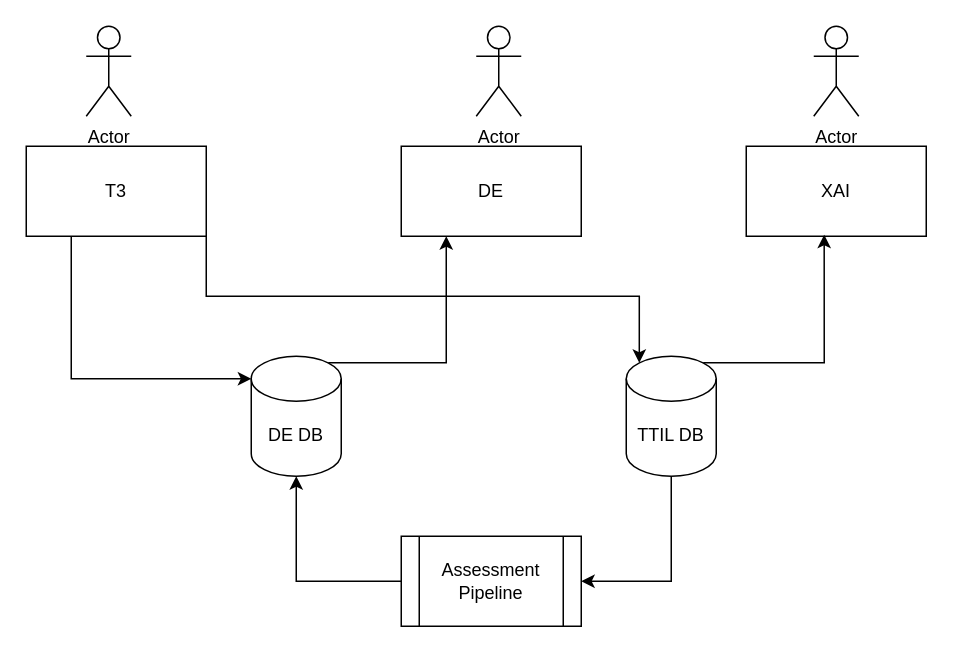
Earlier version of the draw.io diagram 1. Service Level Objectives/Resources/HomeLoansSystem.drawio (sd-tang/SRE-StarterPack). Source tidied: cells renumbered, new cells numbered last; positions are measured from the earlier drawing's top-left corner, leaving out a move shared by most shapes. Both pictures are drawn from the tidied source at 150%, with x=0, y=0 at pixel (26, 26).
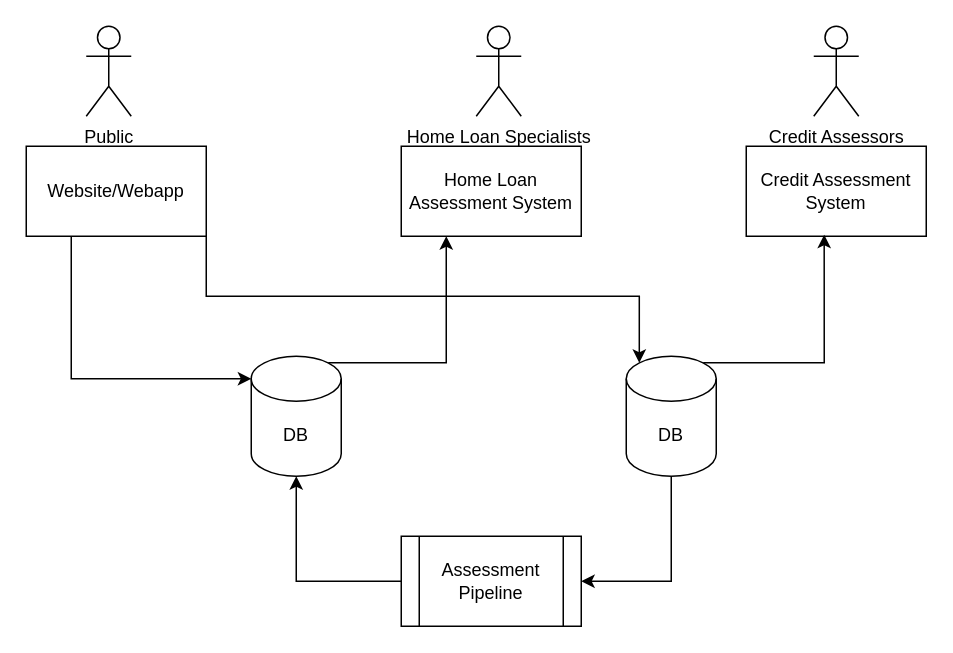
The same diagram, later.

Commit message (it also covers changes not shown here):
neutralise drawings

What changed in the source:
```diff
@@
 <mxGraphModel>
   <root>
     <mxCell id="0" />
     <mxCell id="1" parent="0" />
     <mxCell id="2" style="edgeStyle=orthogonalEdgeStyle;rounded=0;jettySize=auto;html=1;exitX=1;exitY=1;exitDx=0;exitDy=0;entryX=0.145;entryY=0;entryDx=0;entryDy=4.35;entryPerimeter=0;" parent="1" edge="1" source="4" target="11">
       <mxGeometry relative="1" as="geometry" />
     </mxCell>
     <mxCell id="3" style="edgeStyle=orthogonalEdgeStyle;rounded=0;jettySize=auto;html=1;exitX=0.25;exitY=1;exitDx=0;exitDy=0;entryX=0;entryY=0;entryDx=0;entryDy=15;entryPerimeter=0;" parent="1" edge="1" source="4" target="8">
       <mxGeometry relative="1" as="geometry" />
     </mxCell>
-    <mxCell id="4" value="T3" style="rounded=0;whiteSpace=wrap;html=1;" parent="1" vertex="1">
+    <mxCell id="4" value="Website/Webapp" style="rounded=0;whiteSpace=wrap;html=1;" parent="1" vertex="1">
       <mxGeometry y="80" width="120" height="60" as="geometry" />
     </mxCell>
-    <mxCell id="5" value="XAI" style="rounded=0;whiteSpace=wrap;html=1;" parent="1" vertex="1">
+    <mxCell id="5" value="Credit Assessment System" style="rounded=0;whiteSpace=wrap;html=1;" parent="1" vertex="1">
       <mxGeometry x="480" y="80" width="120" height="60" as="geometry" />
     </mxCell>
-    <mxCell id="6" value="DE" style="rounded=0;whiteSpace=wrap;html=1;" parent="1" vertex="1">
+    <mxCell id="6" value="Home Loan Assessment System" style="rounded=0;whiteSpace=wrap;html=1;" parent="1" vertex="1">
       <mxGeometry x="250" y="80" width="120" height="60" as="geometry" />
     </mxCell>
     <mxCell id="7" style="edgeStyle=orthogonalEdgeStyle;rounded=0;jettySize=auto;html=1;exitX=0.855;exitY=0;exitDx=0;exitDy=4.35;exitPerimeter=0;entryX=0.25;entryY=1;entryDx=0;entryDy=0;" parent="1" edge="1" source="8" target="6">
       <mxGeometry relative="1" as="geometry" />
     </mxCell>
-    <mxCell id="8" value="DE DB" style="shape=cylinder3;whiteSpace=wrap;html=1;boundedLbl=1;backgroundOutline=1;size=15;" parent="1" vertex="1">
+    <mxCell id="8" value="DB" style="shape=cylinder3;whiteSpace=wrap;html=1;boundedLbl=1;backgroundOutline=1;size=15;" parent="1" vertex="1">
       <mxGeometry x="150" y="220" width="60" height="80" as="geometry" />
     </mxCell>
     <mxCell id="9" style="edgeStyle=orthogonalEdgeStyle;rounded=0;jettySize=auto;html=1;exitX=0.855;exitY=0;exitDx=0;exitDy=4.35;exitPerimeter=0;entryX=0.433;entryY=0.983;entryDx=0;entryDy=0;entryPerimeter=0;" parent="1" edge="1" source="11" target="5">
       <mxGeometry relative="1" as="geometry" />
     </mxCell>
     <mxCell id="10" style="edgeStyle=orthogonalEdgeStyle;rounded=0;jettySize=auto;html=1;exitX=0.5;exitY=1;exitDx=0;exitDy=0;exitPerimeter=0;entryX=1;entryY=0.5;entryDx=0;entryDy=0;" parent="1" edge="1" source="11" target="13">
       <mxGeometry relative="1" as="geometry" />
     </mxCell>
-    <mxCell id="11" value="TTIL DB" style="shape=cylinder3;whiteSpace=wrap;html=1;boundedLbl=1;backgroundOutline=1;size=15;" parent="1" vertex="1">
+    <mxCell id="11" value="DB" style="shape=cylinder3;whiteSpace=wrap;html=1;boundedLbl=1;backgroundOutline=1;size=15;" parent="1" vertex="1">
       <mxGeometry x="400" y="220" width="60" height="80" as="geometry" />
     </mxCell>
     <mxCell id="12" style="edgeStyle=orthogonalEdgeStyle;rounded=0;jettySize=auto;html=1;exitX=0;exitY=0.5;exitDx=0;exitDy=0;entryX=0.5;entryY=1;entryDx=0;entryDy=0;entryPerimeter=0;" parent="1" edge="1" source="13" target="8">
       <mxGeometry relative="1" as="geometry" />
     </mxCell>
     <mxCell id="13" value="Assessment Pipeline" style="shape=process;whiteSpace=wrap;html=1;backgroundOutline=1;" parent="1" vertex="1">
       <mxGeometry x="250" y="340" width="120" height="60" as="geometry" />
     </mxCell>
-    <mxCell id="14" value="Actor" style="shape=umlActor;verticalLabelPosition=bottom;verticalAlign=top;html=1;" parent="1" vertex="1">
+    <mxCell id="14" value="Public" style="shape=umlActor;verticalLabelPosition=bottom;verticalAlign=top;html=1;" parent="1" vertex="1">
       <mxGeometry x="40" width="30" height="60" as="geometry" />
     </mxCell>
-    <mxCell id="15" value="Actor" style="shape=umlActor;verticalLabelPosition=bottom;verticalAlign=top;html=1;" parent="1" vertex="1">
+    <mxCell id="15" value="Home Loan Specialists" style="shape=umlActor;verticalLabelPosition=bottom;verticalAlign=top;html=1;" parent="1" vertex="1">
       <mxGeometry x="300" width="30" height="60" as="geometry" />
     </mxCell>
-    <mxCell id="16" value="Actor" style="shape=umlActor;verticalLabelPosition=bottom;verticalAlign=top;html=1;" parent="1" vertex="1">
+    <mxCell id="16" value="Credit Assessors" style="shape=umlActor;verticalLabelPosition=bottom;verticalAlign=top;html=1;" parent="1" vertex="1">
       <mxGeometry x="525" width="30" height="60" as="geometry" />
     </mxCell>
   </root>
 </mxGraphModel>
```
